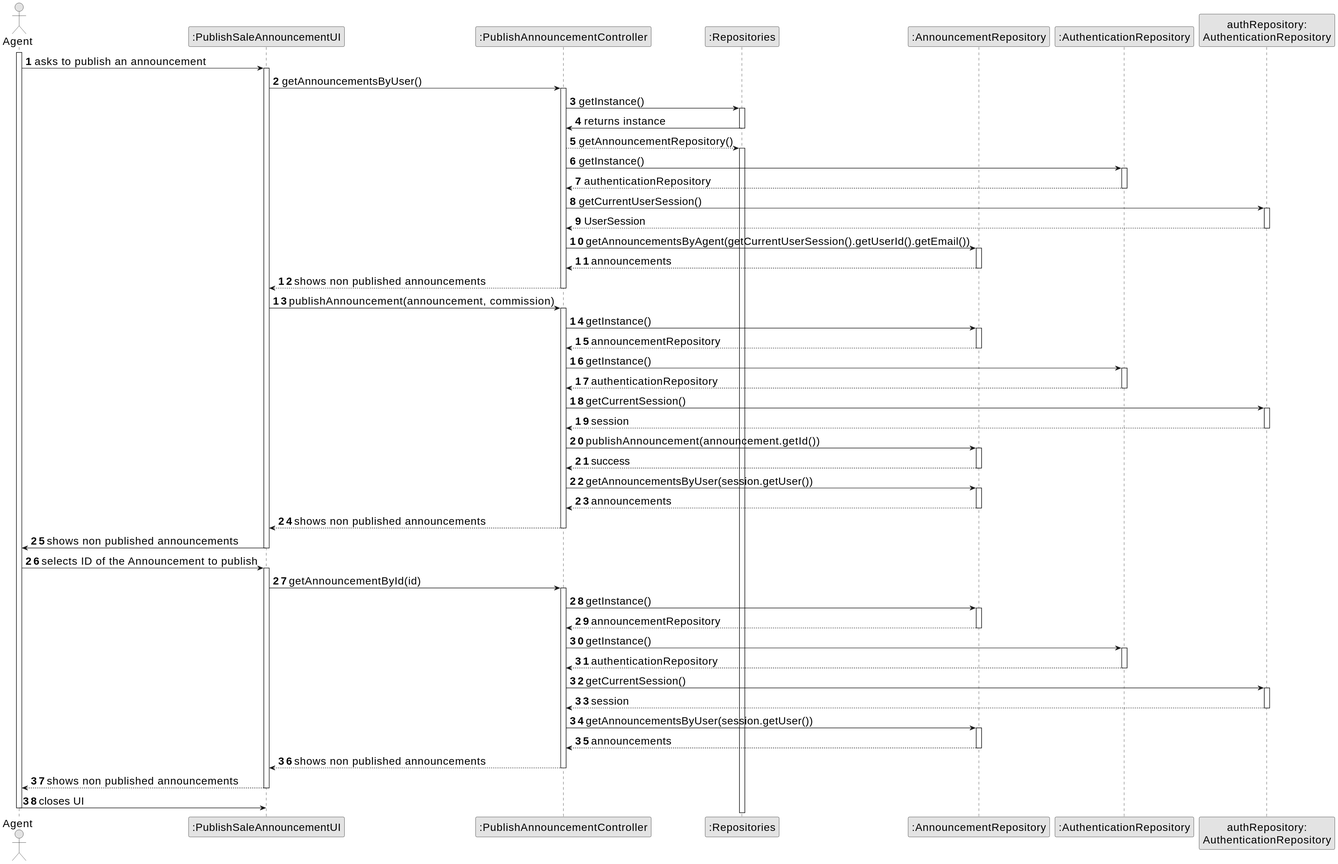
This is docs/sprintC/us002/03.design/svg/us002-sequence-diagram-full.svg from Goncalves2525/real-estate-management-system, a PlantUML export, as it was before one commit. Its diagram source:
```plantuml
@startuml
skinparamlocked defaultFontSize 20
skinparam monochrome true
skinparam packageStyle rectangle
skinparam shadowing false

autonumber

actor "Agent" as AGENT
participant ":PublishSaleAnnouncementUI" as UI
participant ":PublishAnnouncementController" as CTRL
participant ":Repositories" as REPO
participant ":AnnouncementRepository" as AnnouncementRepository
participant "announcementRepository:\nAnnouncementRepository" as AnnouncementRepository
participant ":AuthenticationRepository" as AuthSingleton
participant "authRepository:\nAuthenticationRepository" as AuthenticationRepository

activate AGENT

AGENT -> UI : asks to publish an announcement

activate UI

UI -> CTRL : getAnnouncementsByUser()
activate CTRL

    CTRL -> REPO: getInstance()
    activate REPO

    REPO -> CTRL : returns instance
    deactivate REPO

    CTRL --> REPO: getAnnouncementRepository()
    activate REPO

    CTRL -> AuthSingleton : getInstance()
    activate AuthSingleton

        AuthSingleton --> CTRL: authenticationRepository
    deactivate AuthSingleton

    CTRL -> AuthenticationRepository : getCurrentUserSession()
    activate AuthenticationRepository

        AuthenticationRepository --> CTRL: UserSession
    deactivate AuthenticationRepository

    CTRL -> AnnouncementRepository : getAnnouncementsByAgent(getCurrentUserSession().getUserId().getEmail())
    activate AnnouncementRepository

        AnnouncementRepository --> CTRL: announcements
    deactivate AnnouncementRepository

    CTRL --> UI : shows non published announcements
deactivate CTRL

UI -> CTRL : publishAnnouncement(announcement, commission)
activate CTRL

    CTRL -> AnnouncementRepository : getInstance()
    activate AnnouncementRepository

        AnnouncementRepository --> CTRL: announcementRepository
    deactivate AnnouncementRepository

    CTRL -> AuthSingleton : getInstance()
    activate AuthSingleton

        AuthSingleton --> CTRL: authenticationRepository
    deactivate AuthSingleton

    CTRL -> AuthenticationRepository : getCurrentSession()
    activate AuthenticationRepository

        AuthenticationRepository --> CTRL: session
    deactivate AuthenticationRepository

    CTRL -> AnnouncementRepository : publishAnnouncement(announcement.getId())
    activate AnnouncementRepository

        AnnouncementRepository --> CTRL: success
    deactivate AnnouncementRepository

    CTRL -> AnnouncementRepository : getAnnouncementsByUser(session.getUser())
    activate AnnouncementRepository

        AnnouncementRepository --> CTRL: announcements
    deactivate AnnouncementRepository

    CTRL --> UI : shows non published announcements
deactivate CTRL

UI -> AGENT : shows non published announcements
deactivate UI

AGENT -> UI : selects ID of the Announcement to publish
activate UI

UI -> CTRL : getAnnouncementById(id)
activate CTRL

    CTRL -> AnnouncementRepository : getInstance()
    activate AnnouncementRepository

        AnnouncementRepository --> CTRL: announcementRepository
    deactivate AnnouncementRepository

    CTRL -> AuthSingleton : getInstance()
    activate AuthSingleton

        AuthSingleton --> CTRL: authenticationRepository
    deactivate AuthSingleton

    CTRL -> AuthenticationRepository : getCurrentSession()
    activate AuthenticationRepository

        AuthenticationRepository --> CTRL: session
    deactivate AuthenticationRepository

    CTRL -> AnnouncementRepository : getAnnouncementsByUser(session.getUser())
    activate AnnouncementRepository

        AnnouncementRepository --> CTRL: announcements
    deactivate AnnouncementRepository

    CTRL --> UI : shows non published announcements
deactivate CTRL

UI --> AGENT : shows non published announcements
deactivate UI

AGENT -> UI : closes UI
deactivate AGENT
deactivate UI
@enduml
```
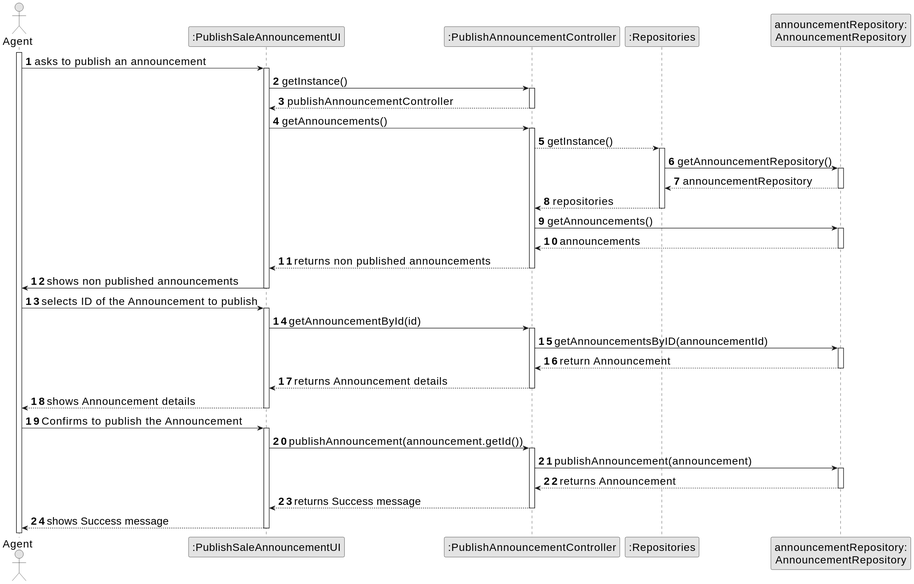
Later version of the same file.

Change to the diagram source:
```diff
@@ -10,10 +10,7 @@
 participant ":PublishSaleAnnouncementUI" as UI
 participant ":PublishAnnouncementController" as CTRL
 participant ":Repositories" as REPO
-participant ":AnnouncementRepository" as AnnouncementRepository
-participant "announcementRepository:\nAnnouncementRepository" as AnnouncementRepository
-participant ":AuthenticationRepository" as AuthSingleton
-participant "authRepository:\nAuthenticationRepository" as AuthenticationRepository
+participant "announcementRepository:\nAnnouncementRepository" as ANNREPO
 
 activate AGENT
 
@@ -21,74 +18,35 @@
 
 activate UI
 
-UI -> CTRL : getAnnouncementsByUser()
+UI -> CTRL: getInstance()
 activate CTRL
 
-    CTRL -> REPO: getInstance()
+    CTRL --> UI : publishAnnouncementController
+    deactivate CTRL
+
+    UI -> CTRL : getAnnouncements()
+    activate CTRL
+
+    CTRL --> REPO: getInstance()
     activate REPO
 
-    REPO -> CTRL : returns instance
+    REPO -> ANNREPO : getAnnouncementRepository()
+    activate ANNREPO
+
+    ANNREPO --> REPO: announcementRepository
+    deactivate ANNREPO
+
+    REPO --> CTRL : repositories
     deactivate REPO
 
-    CTRL --> REPO: getAnnouncementRepository()
-    activate REPO
+    CTRL -> ANNREPO : getAnnouncements()
+    activate ANNREPO
 
-    CTRL -> AuthSingleton : getInstance()
-    activate AuthSingleton
+    ANNREPO --> CTRL: announcements
+    deactivate ANNREPO
 
-        AuthSingleton --> CTRL: authenticationRepository
-    deactivate AuthSingleton
-
-    CTRL -> AuthenticationRepository : getCurrentUserSession()
-    activate AuthenticationRepository
-
-        AuthenticationRepository --> CTRL: UserSession
-    deactivate AuthenticationRepository
-
-    CTRL -> AnnouncementRepository : getAnnouncementsByAgent(getCurrentUserSession().getUserId().getEmail())
-    activate AnnouncementRepository
-
-        AnnouncementRepository --> CTRL: announcements
-    deactivate AnnouncementRepository
-
-    CTRL --> UI : shows non published announcements
-deactivate CTRL
-
-UI -> CTRL : publishAnnouncement(announcement, commission)
-activate CTRL
-
-    CTRL -> AnnouncementRepository : getInstance()
-    activate AnnouncementRepository
-
-        AnnouncementRepository --> CTRL: announcementRepository
-    deactivate AnnouncementRepository
-
-    CTRL -> AuthSingleton : getInstance()
-    activate AuthSingleton
-
-        AuthSingleton --> CTRL: authenticationRepository
-    deactivate AuthSingleton
-
-    CTRL -> AuthenticationRepository : getCurrentSession()
-    activate AuthenticationRepository
-
-        AuthenticationRepository --> CTRL: session
-    deactivate AuthenticationRepository
-
-    CTRL -> AnnouncementRepository : publishAnnouncement(announcement.getId())
-    activate AnnouncementRepository
-
-        AnnouncementRepository --> CTRL: success
-    deactivate AnnouncementRepository
-
-    CTRL -> AnnouncementRepository : getAnnouncementsByUser(session.getUser())
-    activate AnnouncementRepository
-
-        AnnouncementRepository --> CTRL: announcements
-    deactivate AnnouncementRepository
-
-    CTRL --> UI : shows non published announcements
-deactivate CTRL
+    CTRL --> UI : returns non published announcements
+    deactivate CTRL
 
 UI -> AGENT : shows non published announcements
 deactivate UI
@@ -99,37 +57,33 @@
 UI -> CTRL : getAnnouncementById(id)
 activate CTRL
 
-    CTRL -> AnnouncementRepository : getInstance()
-    activate AnnouncementRepository
+    CTRL -> ANNREPO : getAnnouncementsByID(announcementId)
+    activate ANNREPO
 
-        AnnouncementRepository --> CTRL: announcementRepository
-    deactivate AnnouncementRepository
+    ANNREPO --> CTRL: return Announcement
+    deactivate ANNREPO
 
-    CTRL -> AuthSingleton : getInstance()
-    activate AuthSingleton
-
-        AuthSingleton --> CTRL: authenticationRepository
-    deactivate AuthSingleton
-
-    CTRL -> AuthenticationRepository : getCurrentSession()
-    activate AuthenticationRepository
-
-        AuthenticationRepository --> CTRL: session
-    deactivate AuthenticationRepository
-
-    CTRL -> AnnouncementRepository : getAnnouncementsByUser(session.getUser())
-    activate AnnouncementRepository
-
-        AnnouncementRepository --> CTRL: announcements
-    deactivate AnnouncementRepository
-
-    CTRL --> UI : shows non published announcements
+    CTRL --> UI : returns Announcement details
 deactivate CTRL
 
-UI --> AGENT : shows non published announcements
+UI --> AGENT : shows Announcement details
 deactivate UI
 
-AGENT -> UI : closes UI
-deactivate AGENT
+AGENT -> UI : Confirms to publish the Announcement
+activate UI
+
+UI -> CTRL : publishAnnouncement(announcement.getId())
+activate CTRL
+
+    CTRL -> ANNREPO : publishAnnouncement(announcement)
+    activate ANNREPO
+
+    ANNREPO --> CTRL : returns Announcement
+    deactivate ANNREPO
+
+    CTRL --> UI : returns Success message
+    deactivate CTRL
+
+UI --> AGENT : shows Success message
 deactivate UI
 @enduml
```
